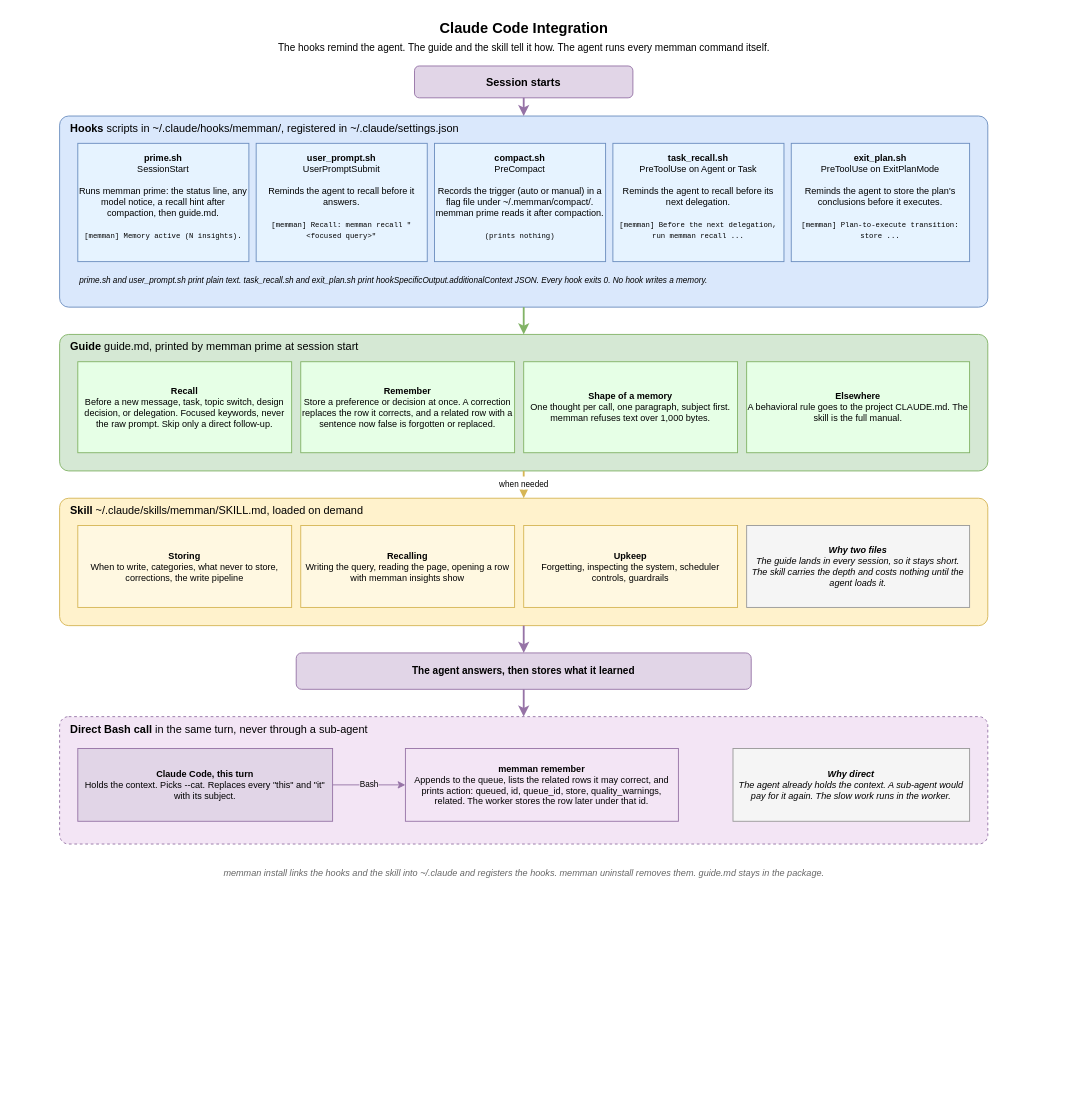
bissli/memman keeps this draw.io diagram as docs/diagrams/06-integration.drawio. Above is the earlier version. Source tidied: cells renumbered, new cells numbered last; positions are measured from the earlier drawing's top-left corner, leaving out a move shared by most shapes. Both pictures are drawn from the tidied source at 91%, with x=0, y=0 at pixel (59, 15).
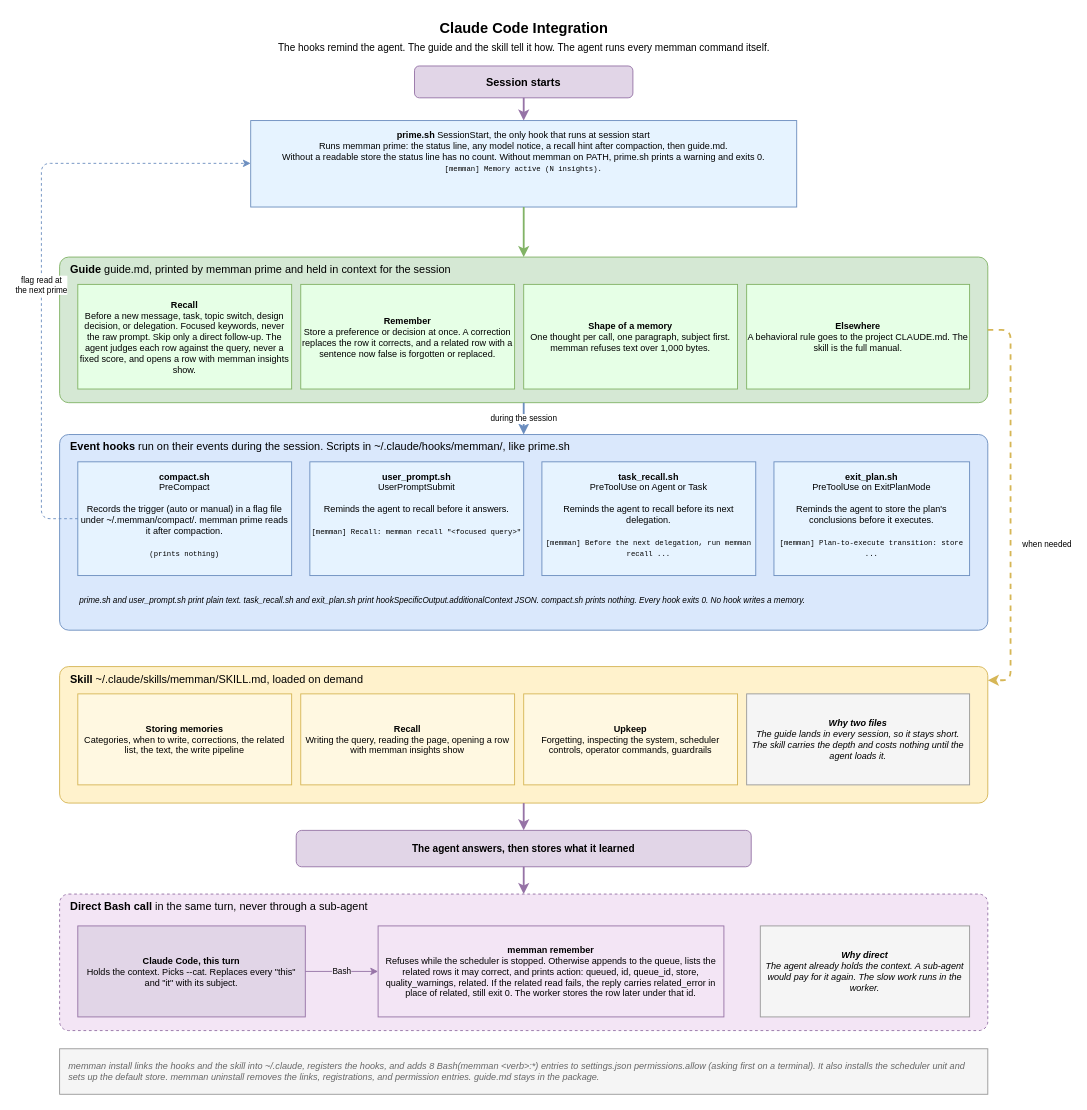
The same page after the edit.

Commit message (it also covers changes not shown here):
Correct and clarify the six design diagrams

Unchanged cells that the change refers to:
```xml
<mxCell id="3" value="&lt;b&gt;Session starts&lt;/b&gt;" style="rounded=1;whiteSpace=wrap;html=1;fillColor=#e1d5e7;strokeColor=#9673a6;fontSize=12;" parent="1" vertex="1">
  <mxGeometry x="390" y="55" width="240" height="35" as="geometry" />
</mxCell>
```

The edit, as a diff of the source:
```diff
@@
-    <mxCell id="4" value="&lt;b&gt;Hooks&lt;/b&gt;  scripts in ~/.claude/hooks/memman/, registered in ~/.claude/settings.json" style="rounded=1;absoluteArcSize=1;arcSize=20;whiteSpace=wrap;html=1;fillColor=#dae8fc;strokeColor=#6c8ebf;verticalAlign=top;fontSize=12;align=left;spacingLeft=10;" parent="1" vertex="1">
-      <mxGeometry y="110" width="1020" height="210" as="geometry" />
+    <mxCell id="4" value="&lt;b&gt;Event hooks&lt;/b&gt;  run on their events during the session. Scripts in ~/.claude/hooks/memman/, like prime.sh" style="rounded=1;absoluteArcSize=1;arcSize=20;whiteSpace=wrap;html=1;fillColor=#dae8fc;strokeColor=#6c8ebf;verticalAlign=top;fontSize=12;align=left;spacingLeft=10;" parent="1" vertex="1">
+      <mxGeometry y="460" width="1020" height="215" as="geometry" />
     </mxCell>
-    <mxCell id="5" value="&lt;b&gt;prime.sh&lt;/b&gt;&lt;br&gt;SessionStart&lt;br&gt;&lt;br&gt;Runs memman prime: the status line, any model notice, a recall hint after compaction, then guide.md.&lt;br&gt;&lt;br&gt;&lt;font style=&quot;font-family:monospace;font-size:8px&quot;&gt;[memman] Memory active (N insights).&lt;/font&gt;" style="rounded=0;whiteSpace=wrap;html=1;fillColor=#E6F3FF;strokeColor=#6c8ebf;fontSize=10;verticalAlign=top;spacingTop=4;" parent="1" vertex="1">
-      <mxGeometry x="20" y="140" width="188" height="130" as="geometry" />
+    <mxCell id="5" value="&lt;b&gt;prime.sh&lt;/b&gt;  SessionStart, the only hook that runs at session start&lt;br&gt;Runs memman prime: the status line, any model notice, a recall hint after compaction, then guide.md.&lt;br&gt;Without a readable store the status line has no count. Without memman on PATH, prime.sh prints a warning and exits 0.&lt;br&gt;&lt;font style=&quot;font-family:monospace;font-size:8px&quot;&gt;[memman] Memory active (N insights).&lt;/font&gt;" style="rounded=0;whiteSpace=wrap;html=1;fillColor=#E6F3FF;strokeColor=#6c8ebf;fontSize=10;verticalAlign=top;spacingTop=4;" parent="1" vertex="1">
+      <mxGeometry x="210" y="115" width="600" height="95" as="geometry" />
     </mxCell>
     <mxCell id="6" value="&lt;b&gt;user_prompt.sh&lt;/b&gt;&lt;br&gt;UserPromptSubmit&lt;br&gt;&lt;br&gt;Reminds the agent to recall before it answers.&lt;br&gt;&lt;br&gt;&lt;font style=&quot;font-family:monospace;font-size:8px&quot;&gt;[memman] Recall: memman recall &quot;&amp;lt;focused query&amp;gt;&quot;&lt;/font&gt;" style="rounded=0;whiteSpace=wrap;html=1;fillColor=#E6F3FF;strokeColor=#6c8ebf;fontSize=10;verticalAlign=top;spacingTop=4;" parent="1" vertex="1">
-      <mxGeometry x="216" y="140" width="188" height="130" as="geometry" />
+      <mxGeometry x="275" y="490" width="235" height="125" as="geometry" />
     </mxCell>
     <mxCell id="7" value="&lt;b&gt;compact.sh&lt;/b&gt;&lt;br&gt;PreCompact&lt;br&gt;&lt;br&gt;Records the trigger (auto or manual) in a flag file under ~/.memman/compact/. memman prime reads it after compaction.&lt;br&gt;&lt;br&gt;&lt;font style=&quot;font-family:monospace;font-size:8px&quot;&gt;(prints nothing)&lt;/font&gt;" style="rounded=0;whiteSpace=wrap;html=1;fillColor=#E6F3FF;strokeColor=#6c8ebf;fontSize=10;verticalAlign=top;spacingTop=4;" parent="1" vertex="1">
-      <mxGeometry x="412" y="140" width="188" height="130" as="geometry" />
+      <mxGeometry x="20" y="490" width="235" height="125" as="geometry" />
     </mxCell>
     <mxCell id="8" value="&lt;b&gt;task_recall.sh&lt;/b&gt;&lt;br&gt;PreToolUse on Agent or Task&lt;br&gt;&lt;br&gt;Reminds the agent to recall before its next delegation.&lt;br&gt;&lt;br&gt;&lt;font style=&quot;font-family:monospace;font-size:8px&quot;&gt;[memman] Before the next delegation, run memman recall ...&lt;/font&gt;" style="rounded=0;whiteSpace=wrap;html=1;fillColor=#E6F3FF;strokeColor=#6c8ebf;fontSize=10;verticalAlign=top;spacingTop=4;" parent="1" vertex="1">
-      <mxGeometry x="608" y="140" width="188" height="130" as="geometry" />
+      <mxGeometry x="530" y="490" width="235" height="125" as="geometry" />
     </mxCell>
     <mxCell id="9" value="&lt;b&gt;exit_plan.sh&lt;/b&gt;&lt;br&gt;PreToolUse on ExitPlanMode&lt;br&gt;&lt;br&gt;Reminds the agent to store the plan's conclusions before it executes.&lt;br&gt;&lt;br&gt;&lt;font style=&quot;font-family:monospace;font-size:8px&quot;&gt;[memman] Plan-to-execute transition: store ...&lt;/font&gt;" style="rounded=0;whiteSpace=wrap;html=1;fillColor=#E6F3FF;strokeColor=#6c8ebf;fontSize=10;verticalAlign=top;spacingTop=4;" parent="1" vertex="1">
-      <mxGeometry x="804" y="140" width="196" height="130" as="geometry" />
+      <mxGeometry x="785" y="490" width="215" height="125" as="geometry" />
     </mxCell>
-    <mxCell id="10" value="prime.sh and user_prompt.sh print plain text. task_recall.sh and exit_plan.sh print hookSpecificOutput.additionalContext JSON. Every hook exits 0. No hook writes a memory." style="text;html=1;whiteSpace=wrap;align=left;verticalAlign=middle;fontSize=9;fontStyle=2;fillColor=none;strokeColor=none;" parent="1" vertex="1">
-      <mxGeometry x="20" y="276" width="980" height="30" as="geometry" />
+    <mxCell id="10" value="prime.sh and user_prompt.sh print plain text. task_recall.sh and exit_plan.sh print hookSpecificOutput.additionalContext JSON. compact.sh prints nothing. Every hook exits 0. No hook writes a memory." style="text;html=1;whiteSpace=wrap;align=left;verticalAlign=middle;fontSize=9;fontStyle=2;fillColor=none;strokeColor=none;" parent="1" vertex="1">
+      <mxGeometry x="20" y="623" width="980" height="40" as="geometry" />
     </mxCell>
-    <mxCell id="11" value="&lt;b&gt;Guide&lt;/b&gt;  guide.md, printed by memman prime at session start" style="rounded=1;absoluteArcSize=1;arcSize=20;whiteSpace=wrap;html=1;fillColor=#d5e8d4;strokeColor=#82b366;verticalAlign=top;fontSize=12;align=left;spacingLeft=10;" parent="1" vertex="1">
-      <mxGeometry y="350" width="1020" height="150" as="geometry" />
+    <mxCell id="11" value="&lt;b&gt;Guide&lt;/b&gt;  guide.md, printed by memman prime and held in context for the session" style="rounded=1;absoluteArcSize=1;arcSize=20;whiteSpace=wrap;html=1;fillColor=#d5e8d4;strokeColor=#82b366;verticalAlign=top;fontSize=12;align=left;spacingLeft=10;" parent="1" vertex="1">
+      <mxGeometry y="265" width="1020" height="160" as="geometry" />
     </mxCell>
-    <mxCell id="12" value="&lt;b&gt;Recall&lt;/b&gt;&lt;br&gt;Before a new message, task, topic switch, design decision, or delegation. Focused keywords, never the raw prompt. Skip only a direct follow-up." style="rounded=0;whiteSpace=wrap;html=1;fillColor=#E6FFE6;strokeColor=#82b366;fontSize=10;" parent="1" vertex="1">
-      <mxGeometry x="20" y="380" width="235" height="100" as="geometry" />
+    <mxCell id="12" value="&lt;b&gt;Recall&lt;/b&gt;&lt;br&gt;Before a new message, task, topic switch, design decision, or delegation. Focused keywords, never the raw prompt. Skip only a direct follow-up. The agent judges each row against the query, never a fixed score, and opens a row with memman insights show." style="rounded=0;whiteSpace=wrap;html=1;fillColor=#E6FFE6;strokeColor=#82b366;fontSize=10;" parent="1" vertex="1">
+      <mxGeometry x="20" y="295" width="235" height="115" as="geometry" />
     </mxCell>
     <mxCell id="13" value="&lt;b&gt;Remember&lt;/b&gt;&lt;br&gt;Store a preference or decision at once. A correction replaces the row it corrects, and a related row with a sentence now false is forgotten or replaced." style="rounded=0;whiteSpace=wrap;html=1;fillColor=#E6FFE6;strokeColor=#82b366;fontSize=10;" parent="1" vertex="1">
-      <mxGeometry x="265" y="380" width="235" height="100" as="geometry" />
+      <mxGeometry x="265" y="295" width="235" height="115" as="geometry" />
     </mxCell>
     <mxCell id="14" value="&lt;b&gt;Shape of a memory&lt;/b&gt;&lt;br&gt;One thought per call, one paragraph, subject first. memman refuses text over 1,000 bytes." style="rounded=0;whiteSpace=wrap;html=1;fillColor=#E6FFE6;strokeColor=#82b366;fontSize=10;" parent="1" vertex="1">
-      <mxGeometry x="510" y="380" width="235" height="100" as="geometry" />
+      <mxGeometry x="510" y="295" width="235" height="115" as="geometry" />
     </mxCell>
     <mxCell id="15" value="&lt;b&gt;Elsewhere&lt;/b&gt;&lt;br&gt;A behavioral rule goes to the project CLAUDE.md. The skill is the full manual." style="rounded=0;whiteSpace=wrap;html=1;fillColor=#E6FFE6;strokeColor=#82b366;fontSize=10;" parent="1" vertex="1">
-      <mxGeometry x="755" y="380" width="245" height="100" as="geometry" />
+      <mxGeometry x="755" y="295" width="245" height="115" as="geometry" />
     </mxCell>
     <mxCell id="16" value="&lt;b&gt;Skill&lt;/b&gt;  ~/.claude/skills/memman/SKILL.md, loaded on demand" style="rounded=1;absoluteArcSize=1;arcSize=20;whiteSpace=wrap;html=1;fillColor=#fff2cc;strokeColor=#d6b656;verticalAlign=top;fontSize=12;align=left;spacingLeft=10;" parent="1" vertex="1">
-      <mxGeometry y="530" width="1020" height="140" as="geometry" />
+      <mxGeometry y="715" width="1020" height="150" as="geometry" />
     </mxCell>
-    <mxCell id="17" value="&lt;b&gt;Storing&lt;/b&gt;&lt;br&gt;When to write, categories, what never to store, corrections, the write pipeline" style="rounded=0;whiteSpace=wrap;html=1;fillColor=#FFF8E1;strokeColor=#d6b656;fontSize=10;" parent="1" vertex="1">
-      <mxGeometry x="20" y="560" width="235" height="90" as="geometry" />
+    <mxCell id="17" value="&lt;b&gt;Storing memories&lt;/b&gt;&lt;br&gt;Categories, when to write, corrections, the related list, the text, the write pipeline" style="rounded=0;whiteSpace=wrap;html=1;fillColor=#FFF8E1;strokeColor=#d6b656;fontSize=10;" parent="1" vertex="1">
+      <mxGeometry x="20" y="745" width="235" height="100" as="geometry" />
     </mxCell>
-    <mxCell id="18" value="&lt;b&gt;Recalling&lt;/b&gt;&lt;br&gt;Writing the query, reading the page, opening a row with memman insights show" style="rounded=0;whiteSpace=wrap;html=1;fillColor=#FFF8E1;strokeColor=#d6b656;fontSize=10;" parent="1" vertex="1">
-      <mxGeometry x="265" y="560" width="235" height="90" as="geometry" />
+    <mxCell id="18" value="&lt;b&gt;Recall&lt;/b&gt;&lt;br&gt;Writing the query, reading the page, opening a row with memman insights show" style="rounded=0;whiteSpace=wrap;html=1;fillColor=#FFF8E1;strokeColor=#d6b656;fontSize=10;" parent="1" vertex="1">
+      <mxGeometry x="265" y="745" width="235" height="100" as="geometry" />
     </mxCell>
-    <mxCell id="19" value="&lt;b&gt;Upkeep&lt;/b&gt;&lt;br&gt;Forgetting, inspecting the system, scheduler controls, guardrails" style="rounded=0;whiteSpace=wrap;html=1;fillColor=#FFF8E1;strokeColor=#d6b656;fontSize=10;" parent="1" vertex="1">
-      <mxGeometry x="510" y="560" width="235" height="90" as="geometry" />
+    <mxCell id="19" value="&lt;b&gt;Upkeep&lt;/b&gt;&lt;br&gt;Forgetting, inspecting the system, scheduler controls, operator commands, guardrails" style="rounded=0;whiteSpace=wrap;html=1;fillColor=#FFF8E1;strokeColor=#d6b656;fontSize=10;" parent="1" vertex="1">
+      <mxGeometry x="510" y="745" width="235" height="100" as="geometry" />
     </mxCell>
     <mxCell id="20" value="&lt;b&gt;Why two files&lt;/b&gt;&lt;br&gt;The guide lands in every session, so it stays short. The skill carries the depth and costs nothing until the agent loads it." style="rounded=0;whiteSpace=wrap;html=1;fillColor=#f5f5f5;strokeColor=#999999;fontSize=10;fontStyle=2;" parent="1" vertex="1">
-      <mxGeometry x="755" y="560" width="245" height="90" as="geometry" />
+      <mxGeometry x="755" y="745" width="245" height="100" as="geometry" />
     </mxCell>
     <mxCell id="21" value="&lt;b&gt;The agent answers, then stores what it learned&lt;/b&gt;" style="rounded=1;whiteSpace=wrap;html=1;fillColor=#e1d5e7;strokeColor=#9673a6;fontSize=11;" parent="1" vertex="1">
-      <mxGeometry x="260" y="700" width="500" height="40" as="geometry" />
+      <mxGeometry x="260" y="895" width="500" height="40" as="geometry" />
     </mxCell>
     <mxCell id="22" value="&lt;b&gt;Direct Bash call&lt;/b&gt;  in the same turn, never through a sub-agent" style="rounded=1;absoluteArcSize=1;arcSize=20;whiteSpace=wrap;html=1;fillColor=#F3E5F5;strokeColor=#9673a6;verticalAlign=top;fontSize=12;align=left;spacingLeft=10;dashed=1;" parent="1" vertex="1">
-      <mxGeometry y="770" width="1020" height="140" as="geometry" />
+      <mxGeometry y="965" width="1020" height="150" as="geometry" />
     </mxCell>
     <mxCell id="23" value="&lt;b&gt;Claude Code, this turn&lt;/b&gt;&lt;br&gt;Holds the context. Picks --cat. Replaces every &quot;this&quot; and &quot;it&quot; with its subject." style="rounded=0;whiteSpace=wrap;html=1;fillColor=#e1d5e7;strokeColor=#9673a6;fontSize=10;" parent="1" vertex="1">
-      <mxGeometry x="20" y="805" width="280" height="80" as="geometry" />
+      <mxGeometry x="20" y="1000" width="250" height="100" as="geometry" />
     </mxCell>
-    <mxCell id="24" value="&lt;b&gt;memman remember&lt;/b&gt;&lt;br&gt;Appends to the queue, lists the related rows it may correct, and prints action: queued, id, queue_id, store, quality_warnings, related. The worker stores the row later under that id." style="rounded=0;whiteSpace=wrap;html=1;fillColor=#F3E5F5;strokeColor=#9673a6;fontSize=10;" parent="1" vertex="1">
-      <mxGeometry x="380" y="805" width="300" height="80" as="geometry" />
+    <mxCell id="24" value="&lt;b&gt;memman remember&lt;/b&gt;&lt;br&gt;Refuses while the scheduler is stopped. Otherwise appends to the queue, lists the related rows it may correct, and prints action: queued, id, queue_id, store, quality_warnings, related. If the related read fails, the reply carries related_error in place of related, still exit 0. The worker stores the row later under that id." style="rounded=0;whiteSpace=wrap;html=1;fillColor=#F3E5F5;strokeColor=#9673a6;fontSize=10;" parent="1" vertex="1">
+      <mxGeometry x="350" y="1000" width="380" height="100" as="geometry" />
     </mxCell>
     <mxCell id="25" value="&lt;b&gt;Why direct&lt;/b&gt;&lt;br&gt;The agent already holds the context. A sub-agent would pay for it again. The slow work runs in the worker." style="rounded=0;whiteSpace=wrap;html=1;fillColor=#f5f5f5;strokeColor=#999999;fontSize=10;fontStyle=2;" parent="1" vertex="1">
-      <mxGeometry x="740" y="805" width="260" height="80" as="geometry" />
+      <mxGeometry x="770" y="1000" width="230" height="100" as="geometry" />
     </mxCell>
-    <mxCell id="26" value="memman install links the hooks and the skill into ~/.claude and registers the hooks. memman uninstall removes them. guide.md stays in the package." style="text;html=1;align=center;fontSize=10;fillColor=none;strokeColor=none;fontColor=#666666;fontStyle=2;" parent="1" vertex="1">
-      <mxGeometry y="930" width="1020" height="20" as="geometry" />
+    <mxCell id="26" value="memman install links the hooks and the skill into ~/.claude, registers the hooks, and adds 8 Bash(memman &amp;lt;verb&amp;gt;:*) entries to settings.json permissions.allow (asking first on a terminal). It also installs the scheduler unit and sets up the default store. memman uninstall removes the links, registrations, and permission entries. guide.md stays in the package." style="rounded=0;whiteSpace=wrap;html=1;align=left;spacingLeft=8;spacingRight=8;fontSize=10;fillColor=#f5f5f5;strokeColor=#999999;fontColor=#666666;fontStyle=2;" parent="1" vertex="1">
+      <mxGeometry y="1135" width="1020" height="50" as="geometry" />
     </mxCell>
-    <mxCell id="27" style="edgeStyle=orthogonalEdgeStyle;rounded=1;html=1;strokeColor=#9673a6;strokeWidth=2;" parent="1" edge="1" source="3" target="4">
+    <mxCell id="27" style="edgeStyle=orthogonalEdgeStyle;rounded=1;html=1;strokeColor=#9673a6;strokeWidth=2;" parent="1" edge="1" source="3" target="5">
       <mxGeometry relative="1" as="geometry" />
     </mxCell>
-    <mxCell id="28" style="edgeStyle=orthogonalEdgeStyle;rounded=1;html=1;strokeColor=#82b366;strokeWidth=2;" parent="1" edge="1" source="4" target="11">
+    <mxCell id="28" style="edgeStyle=orthogonalEdgeStyle;rounded=1;html=1;strokeColor=#82b366;strokeWidth=2;" parent="1" edge="1" source="5" target="11">
       <mxGeometry relative="1" as="geometry" />
     </mxCell>
+    <mxCell id="33" value="during the session" style="edgeStyle=orthogonalEdgeStyle;rounded=1;html=1;strokeColor=#6c8ebf;strokeWidth=2;fontSize=9;labelBackgroundColor=#ffffff;" parent="1" edge="1" source="11" target="4">
+      <mxGeometry relative="1" as="geometry" />
+    </mxCell>
+    <mxCell id="34" value="flag read at&lt;br&gt;the next prime" style="edgeStyle=orthogonalEdgeStyle;rounded=1;html=1;strokeColor=#6c8ebf;strokeWidth=1;dashed=1;fontSize=9;labelBackgroundColor=#ffffff;" parent="1" edge="1" source="7" target="5">
+      <mxGeometry x="-0.1" relative="1" as="geometry">
+        <Array as="points">
+          <mxPoint x="-20" y="552" />
+          <mxPoint x="-20" y="162" />
+        </Array>
+      </mxGeometry>
+    </mxCell>
-    <mxCell id="29" value="when needed" style="edgeStyle=orthogonalEdgeStyle;rounded=1;html=1;strokeColor=#d6b656;strokeWidth=2;dashed=1;fontSize=9;labelBackgroundColor=#ffffff;" parent="1" edge="1" source="11" target="16">
-      <mxGeometry relative="1" as="geometry" />
+    <mxCell id="29" value="when needed" style="edgeStyle=orthogonalEdgeStyle;rounded=1;html=1;strokeColor=#d6b656;strokeWidth=2;dashed=1;fontSize=9;labelBackgroundColor=#ffffff;exitX=1;exitY=0.5;exitDx=0;exitDy=0;entryX=1;entryY=0.1;entryDx=0;entryDy=0;" parent="1" edge="1" source="11" target="16">
+      <mxGeometry x="0.2" y="40" relative="1" as="geometry">
+        <Array as="points">
+          <mxPoint x="1045" y="345" />
+          <mxPoint x="1045" y="730" />
+        </Array>
+      </mxGeometry>
     </mxCell>
```
